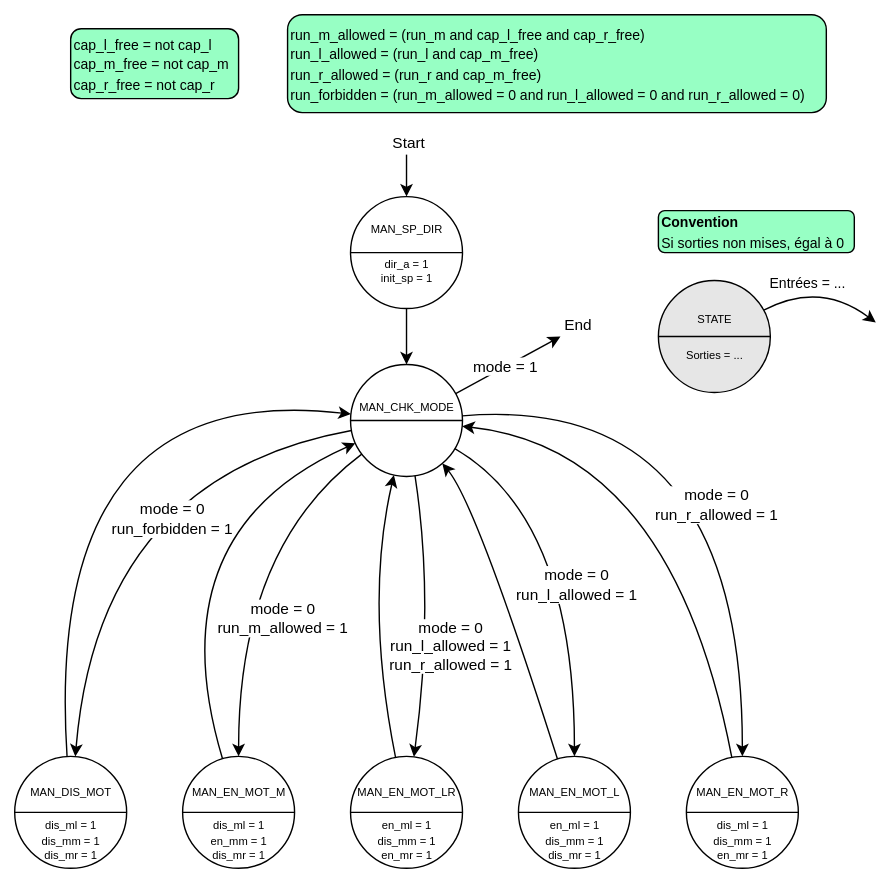
Before: doc/images/state_manual_sequence.svg, a diagram exported from draw.io (Schokiiiiiiii/csn26). Source tidied: cells renumbered, new cells last; positions are measured from the earlier drawing's top-left corner, leaving out a move shared by most shapes.
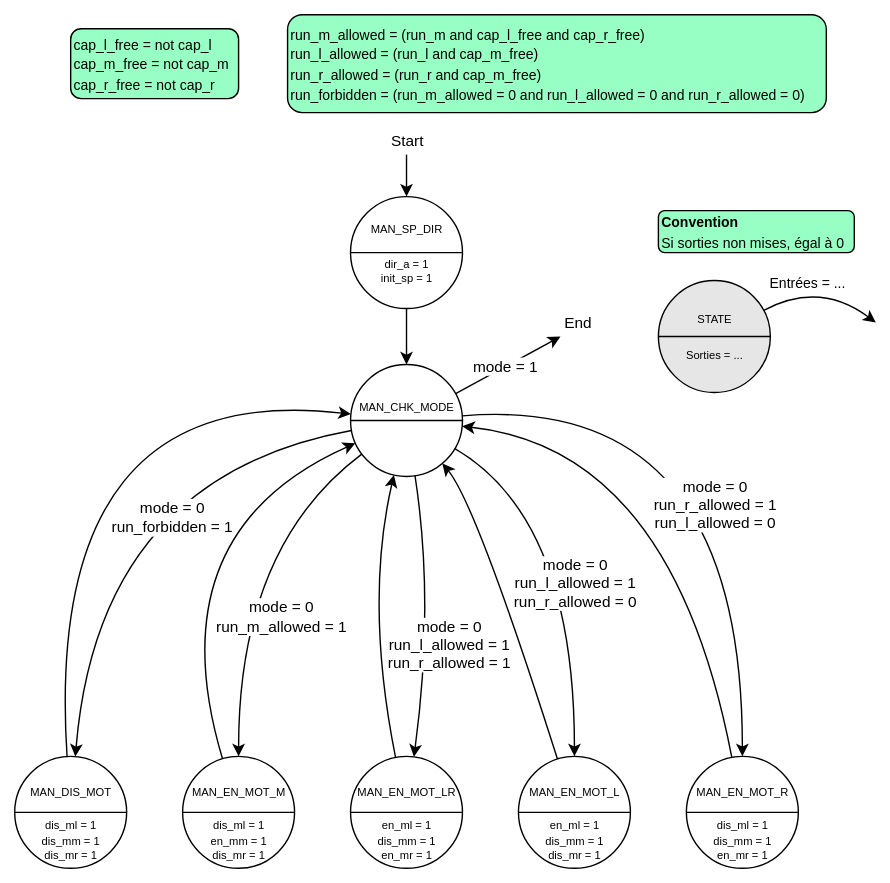
Above is the later version.

The edit, as a diff of the source:
```diff
@@ -116,7 +116,7 @@
         </Array>
       </mxGeometry>
     </mxCell>
-    <mxCell id="31" value="&lt;div&gt;mode = 0&lt;/div&gt;run_l_allowed = 1" style="edgeLabel;html=1;align=center;verticalAlign=middle;" parent="30" vertex="1">
+    <mxCell id="31" value="&lt;div&gt;mode = 0&lt;/div&gt;run_l_allowed = 1&lt;div&gt;run_r_allowed = 0&lt;/div&gt;" style="edgeLabel;html=1;align=center;verticalAlign=middle;" parent="30" vertex="1">
       <mxGeometry x="0.08" y="-14" relative="1" as="geometry">
         <mxPoint x="14" as="offset" />
       </mxGeometry>
@@ -128,7 +128,7 @@
         </Array>
       </mxGeometry>
     </mxCell>
-    <mxCell id="33" value="&lt;div&gt;mode = 0&lt;/div&gt;run_r_allowed = 1" style="edgeLabel;html=1;align=center;verticalAlign=middle;" parent="32" vertex="1">
+    <mxCell id="33" value="&lt;div&gt;mode = 0&lt;/div&gt;run_r_allowed = 1&lt;div&gt;run_l_allowed = 0&lt;/div&gt;" style="edgeLabel;html=1;align=center;verticalAlign=middle;" parent="32" vertex="1">
       <mxGeometry x="0.23" y="-39" relative="1" as="geometry">
         <mxPoint x="19" y="-4" as="offset" />
       </mxGeometry>
```
